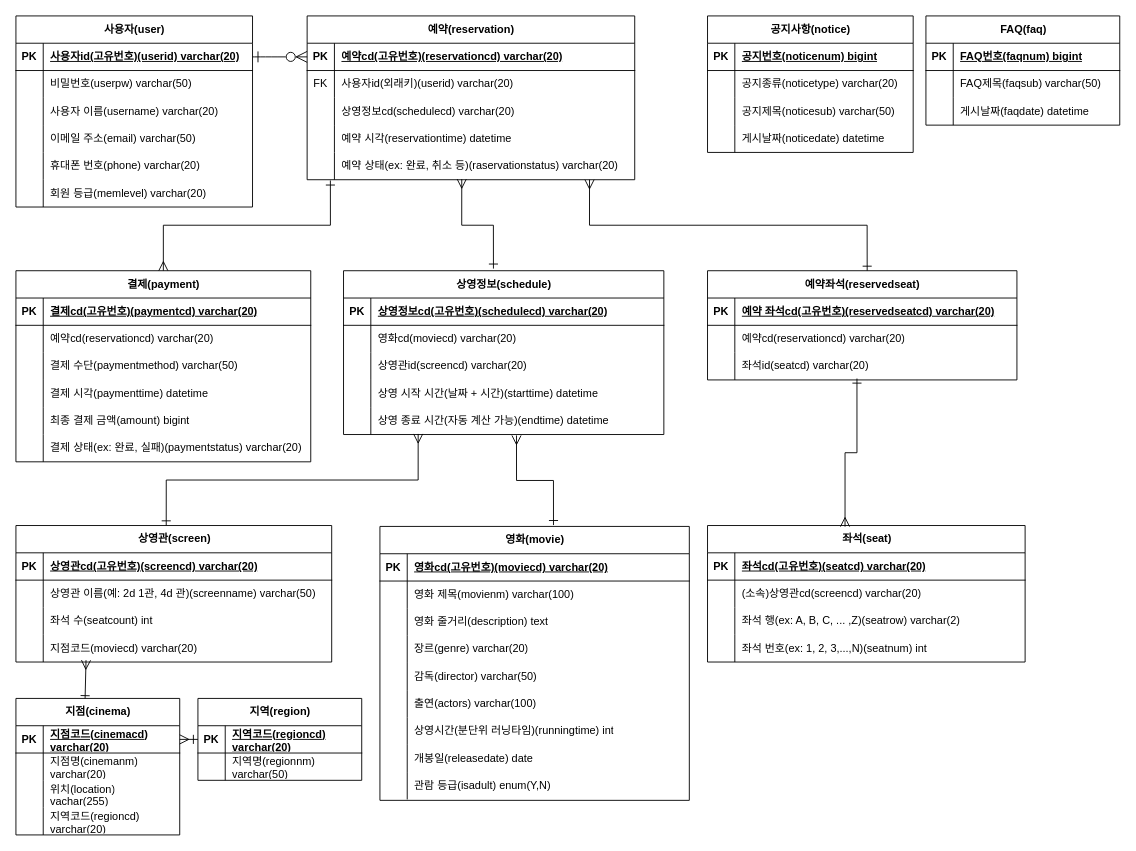
This is thescreendberd.drawio from Leeoc1/projectscr, a draw.io file, before an edit. Source tidied: cells renumbered, new cells numbered last; positions are measured from the earlier drawing's top-left corner, leaving out a move shared by most shapes. Both pictures are drawn from the tidied source at 91%, with x=0, y=0 at pixel (15, 15).
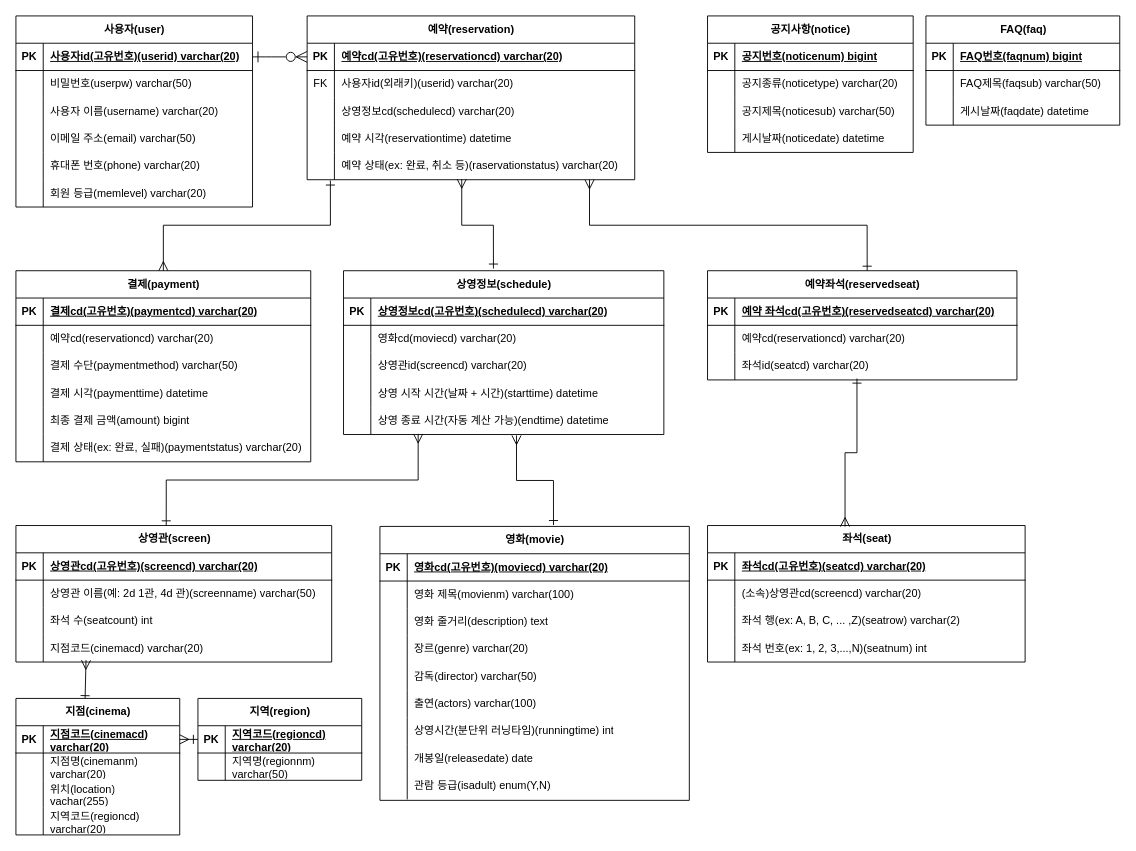
The same page after the edit.

The change refers to these unchanged cells:
```xml
<mxCell id="12" style="shape=tableRow;horizontal=0;startSize=0;swimlaneHead=0;swimlaneBody=0;fillColor=none;points=[[0,0.5],[1,0.5]];portConstraint=eastwest;top=0;left=0;right=0;bottom=0;" parent="2" vertex="1">
  <mxGeometry y="120" width="347" height="30" as="geometry" />
</mxCell>
```

Change to the diagram source:
```diff
@@
-    <mxCell id="14" value="지점코드(moviecd) varchar(20)" style="shape=partialRectangle;fillColor=none;top=0;left=0;bottom=0;right=0;align=left;spacingLeft=6;overflow=hidden;whiteSpace=wrap;html=1;" parent="12" vertex="1">
+    <mxCell id="14" value="지점코드(cinemacd) varchar(20)" style="shape=partialRectangle;fillColor=none;top=0;left=0;bottom=0;right=0;align=left;spacingLeft=6;overflow=hidden;whiteSpace=wrap;html=1;" parent="12" vertex="1">
       <mxGeometry x="30" width="317" height="30" as="geometry" />
     </mxCell>
```
